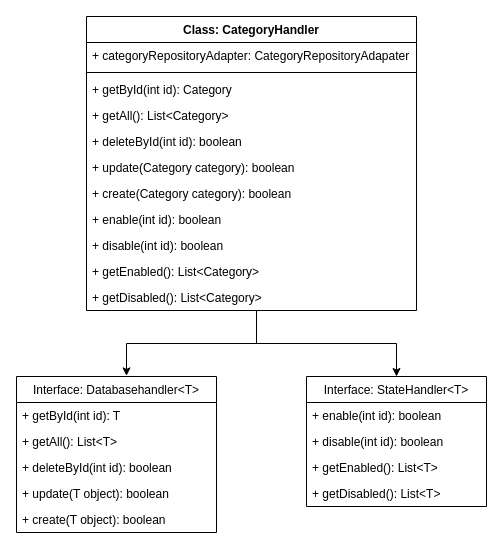
Earlier version of the draw.io diagram page "SRP-1" (1 of 15) of file/ASE_Diagramme.drawio (Nilsksk/Costtracker). Source tidied: cells renumbered, new cells numbered last; positions are measured from the earlier drawing's top-left corner, leaving out a move shared by most shapes. Both pictures are drawn from the tidied source at 100%, with x=0, y=0 at pixel (16, 16).
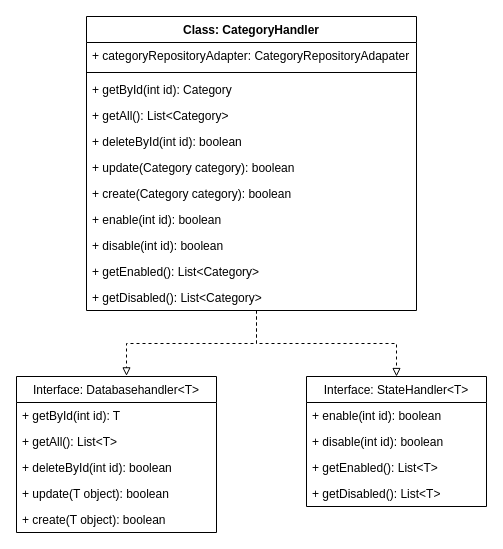
Above is the later version.

Unchanged cells that the change refers to:
```xml
<mxCell id="4" value="Class: CategoryHandler" style="swimlane;fontStyle=1;align=center;verticalAlign=top;horizontal=1;startSize=26;" parent="1" vertex="1">
  <mxGeometry x="70" width="330" height="294" as="geometry" />
</mxCell>
<mxCell id="16" value="Interface: Databasehandler&lt;T&gt;" style="swimlane;fontStyle=0;horizontal=1;startSize=26;fillColor=none;" parent="1" vertex="1">
  <mxGeometry y="360" width="200" height="156" as="geometry" />
</mxCell>
<mxCell id="22" value="Interface: StateHandler&lt;T&gt;" style="swimlane;fontStyle=0;horizontal=1;startSize=26;fillColor=none;" parent="1" vertex="1">
  <mxGeometry x="290" y="360" width="180" height="130" as="geometry" />
</mxCell>
```

Diff of the diagram source:
```diff
@@
-    <mxCell id="2" style="edgeStyle=orthogonalEdgeStyle;rounded=0;jettySize=auto;html=1;entryX=0.55;entryY=-0.004;entryDx=0;entryDy=0;entryPerimeter=0;" parent="1" edge="1" source="4" target="16">
+    <mxCell id="2" style="edgeStyle=orthogonalEdgeStyle;rounded=0;jettySize=auto;html=1;entryX=0.55;entryY=-0.004;entryDx=0;entryDy=0;entryPerimeter=0;dashed=1;endArrow=block;endFill=0;" parent="1" edge="1" source="4" target="16">
       <mxGeometry relative="1" as="geometry">
         <Array as="points">
           <mxPoint x="240" y="327" />
           <mxPoint x="110" y="327" />
         </Array>
       </mxGeometry>
     </mxCell>
-    <mxCell id="3" style="edgeStyle=orthogonalEdgeStyle;rounded=0;jettySize=auto;html=1;entryX=0.5;entryY=0;entryDx=0;entryDy=0;" parent="1" edge="1" source="4" target="22">
+    <mxCell id="3" style="edgeStyle=orthogonalEdgeStyle;rounded=0;jettySize=auto;html=1;entryX=0.5;entryY=0;entryDx=0;entryDy=0;dashed=1;endArrow=block;endFill=0;" parent="1" edge="1" source="4" target="22">
       <mxGeometry relative="1" as="geometry">
         <Array as="points">
           <mxPoint x="240" y="327" />
           <mxPoint x="380" y="327" />
         </Array>
       </mxGeometry>
     </mxCell>
```
